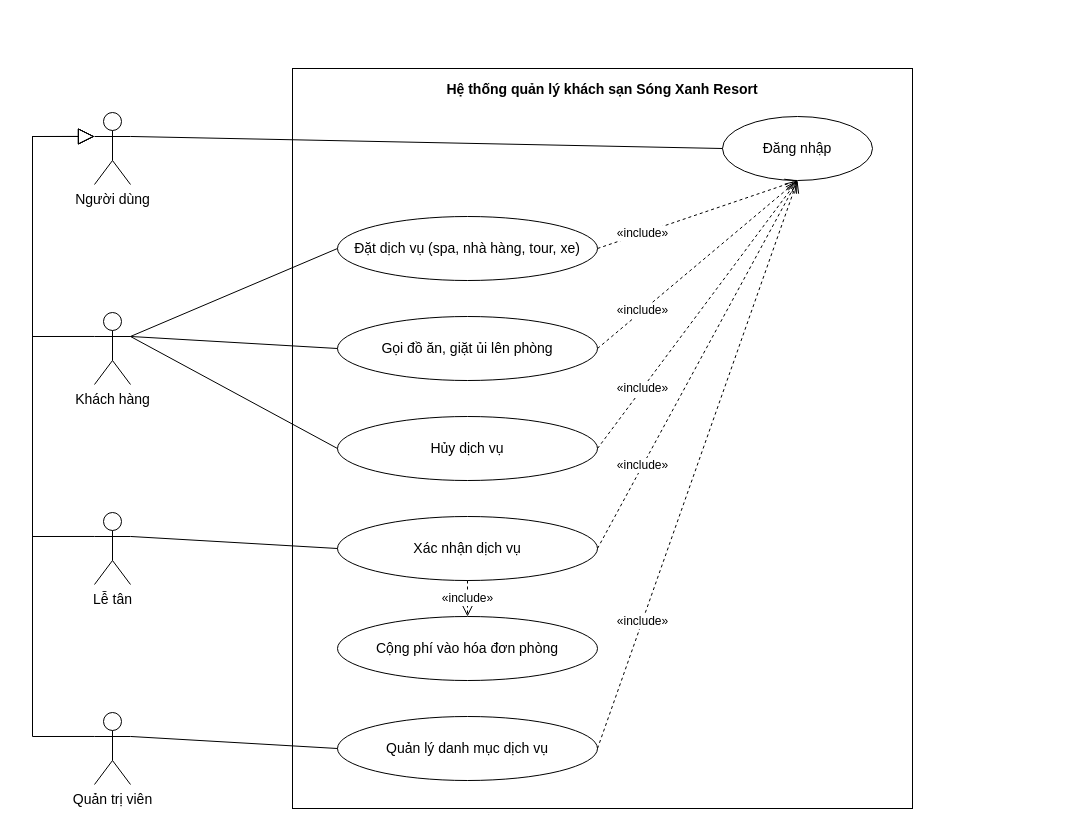
The draw.io diagram docs/use-case/ucn2-dich-vu.drawio in ngynquchn2511/beach-hotel, before the edit. Source tidied: cells renumbered, new cells numbered last; positions are measured from the earlier drawing's top-left corner, leaving out a move shared by most shapes. Both pictures are drawn from the tidied source at 100%, with x=0, y=0 at pixel (32, 68).
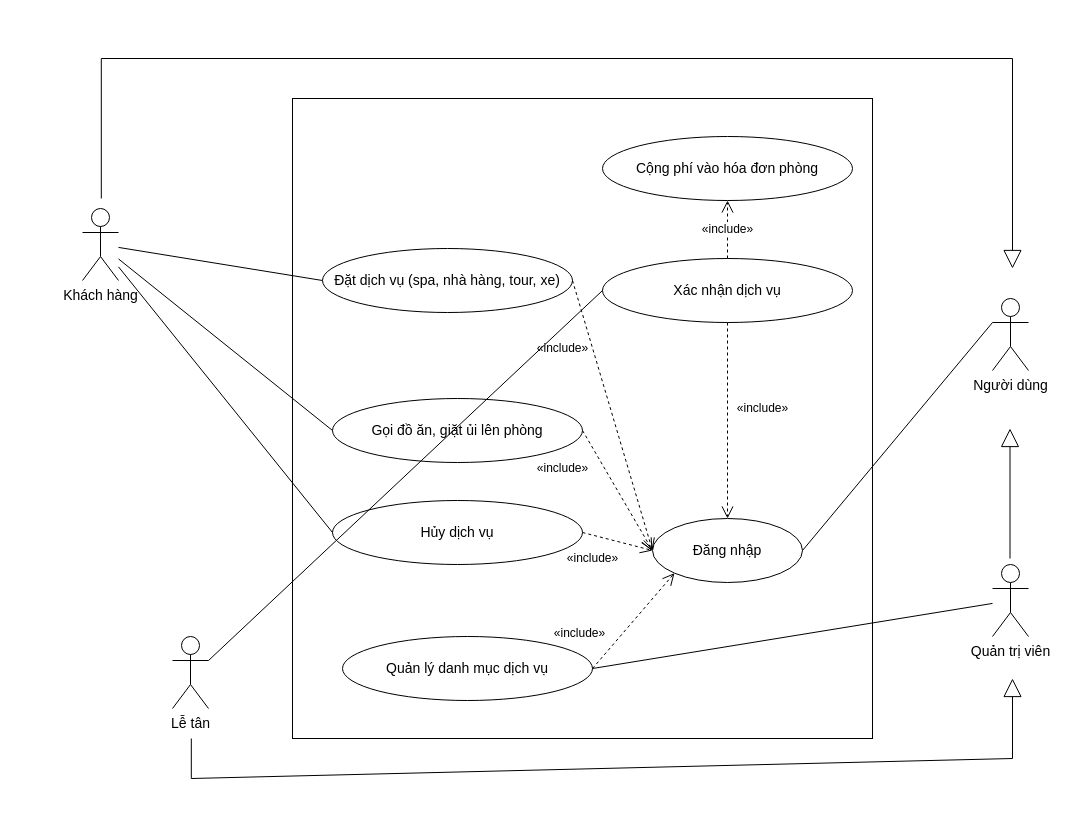
Above is the later version.

Change to the diagram source:
```diff
@@
-    <mxCell id="2" value="Hệ thống quản lý khách sạn Sóng Xanh Resort" style="fontFamily=Arial;fontColor=#000000;rounded=0;whiteSpace=wrap;html=1;verticalAlign=top;fontStyle=1;fontSize=14;fillColor=none;strokeColor=#000000;spacingTop=6;" parent="1" vertex="1">
-      <mxGeometry x="260" width="620" height="740" as="geometry" />
+    <mxCell id="2" style="fontFamily=Arial;fontColor=#000000;rounded=0;whiteSpace=wrap;html=1;verticalAlign=top;fontStyle=1;fontSize=14;fillColor=none;strokeColor=#000000;spacingTop=6;" parent="1" vertex="1">
+      <mxGeometry x="260" y="30" width="580" height="640" as="geometry" />
     </mxCell>
     <mxCell id="3" value="Đặt dịch vụ (spa, nhà hàng, tour, xe)" style="fontFamily=Arial;fontColor=#000000;ellipse;whiteSpace=wrap;html=1;fillColor=#FFFFFF;strokeColor=#000000;fontSize=14;" parent="1" vertex="1">
-      <mxGeometry x="305" y="148" width="260" height="64" as="geometry" />
+      <mxGeometry x="290" y="180" width="250" height="64" as="geometry" />
     </mxCell>
     <mxCell id="4" value="Gọi đồ ăn, giặt ủi lên phòng" style="fontFamily=Arial;fontColor=#000000;ellipse;whiteSpace=wrap;html=1;fillColor=#FFFFFF;strokeColor=#000000;fontSize=14;" parent="1" vertex="1">
-      <mxGeometry x="305" y="248" width="260" height="64" as="geometry" />
+      <mxGeometry x="300" y="330" width="250" height="64" as="geometry" />
     </mxCell>
     <mxCell id="5" value="Hủy dịch vụ" style="fontFamily=Arial;fontColor=#000000;ellipse;whiteSpace=wrap;html=1;fillColor=#FFFFFF;strokeColor=#000000;fontSize=14;" parent="1" vertex="1">
-      <mxGeometry x="305" y="348" width="260" height="64" as="geometry" />
+      <mxGeometry x="300" y="432" width="250" height="64" as="geometry" />
     </mxCell>
     <mxCell id="6" value="Xác nhận dịch vụ" style="fontFamily=Arial;fontColor=#000000;ellipse;whiteSpace=wrap;html=1;fillColor=#FFFFFF;strokeColor=#000000;fontSize=14;" parent="1" vertex="1">
-      <mxGeometry x="305" y="448" width="260" height="64" as="geometry" />
+      <mxGeometry x="570" y="190" width="250" height="64" as="geometry" />
     </mxCell>
     <mxCell id="7" value="Cộng phí vào hóa đơn phòng" style="fontFamily=Arial;fontColor=#000000;ellipse;whiteSpace=wrap;html=1;fillColor=#FFFFFF;strokeColor=#000000;fontSize=14;" parent="1" vertex="1">
-      <mxGeometry x="305" y="548" width="260" height="64" as="geometry" />
+      <mxGeometry x="570" y="68" width="250" height="64" as="geometry" />
     </mxCell>
     <mxCell id="8" value="Quản lý danh mục dịch vụ" style="fontFamily=Arial;fontColor=#000000;ellipse;whiteSpace=wrap;html=1;fillColor=#FFFFFF;strokeColor=#000000;fontSize=14;" parent="1" vertex="1">
-      <mxGeometry x="305" y="648" width="260" height="64" as="geometry" />
+      <mxGeometry x="310" y="568" width="250" height="64" as="geometry" />
     </mxCell>
     <mxCell id="9" value="Đăng nhập" style="fontFamily=Arial;fontColor=#000000;ellipse;whiteSpace=wrap;html=1;fillColor=#FFFFFF;strokeColor=#000000;fontSize=14;" parent="1" vertex="1">
-      <mxGeometry x="690" y="48" width="150" height="64" as="geometry" />
+      <mxGeometry x="620" y="450" width="150" height="64" as="geometry" />
     </mxCell>
-    <mxCell id="10" value="Người dùng" style="fontFamily=Arial;fontColor=#000000;shape=umlActor;verticalLabelPosition=bottom;verticalAlign=top;html=1;outlineConnect=0;fillColor=#FFFFFF;strokeColor=#000000;fontSize=14;" parent="1" vertex="1">
-      <mxGeometry x="62" y="44" width="36" height="72" as="geometry" />
-    </mxCell>
-    <mxCell id="11" style="fontFamily=Arial;fontColor=#000000;endArrow=none;html=1;strokeColor=#000000;rounded=0;exitX=1;exitY=0.333;exitDx=0;exitDy=0;exitPerimeter=0;entryX=0;entryY=0.5;entryDx=0;entryDy=0;entryPerimeter=0;" parent="1" edge="1" source="10" target="9">
-      <mxGeometry relative="1" as="geometry" />
-    </mxCell>
+    <mxCell id="23" value="«include»" style="fontFamily=Arial;fontColor=#000000;endArrow=open;endSize=10;dashed=1;html=1;strokeColor=#000000;rounded=0;fontSize=12;labelBackgroundColor=#FFFFFF;exitX=1;exitY=0.5;exitDx=0;exitDy=0;exitPerimeter=0;entryX=0;entryY=0.5;entryDx=0;entryDy=0;entryPerimeter=0;" parent="1" edge="1" source="3" target="9">
+      <mxGeometry x="-0.56" y="-29" relative="1" as="geometry" />
+    </mxCell>
     <mxCell id="12" value="Khách hàng" style="fontFamily=Arial;fontColor=#000000;shape=umlActor;verticalLabelPosition=bottom;verticalAlign=top;html=1;outlineConnect=0;fillColor=#FFFFFF;strokeColor=#000000;fontSize=14;" parent="1" vertex="1">
-      <mxGeometry x="62" y="244" width="36" height="72" as="geometry" />
+      <mxGeometry x="50" y="140" width="36" height="72" as="geometry" />
     </mxCell>
     <mxCell id="13" value="Lễ tân" style="fontFamily=Arial;fontColor=#000000;shape=umlActor;verticalLabelPosition=bottom;verticalAlign=top;html=1;outlineConnect=0;fillColor=#FFFFFF;strokeColor=#000000;fontSize=14;" parent="1" vertex="1">
-      <mxGeometry x="62" y="444" width="36" height="72" as="geometry" />
+      <mxGeometry x="140" y="568" width="36" height="72" as="geometry" />
     </mxCell>
     <mxCell id="14" value="Quản trị viên" style="fontFamily=Arial;fontColor=#000000;shape=umlActor;verticalLabelPosition=bottom;verticalAlign=top;html=1;outlineConnect=0;fillColor=#FFFFFF;strokeColor=#000000;fontSize=14;" parent="1" vertex="1">
-      <mxGeometry x="62" y="644" width="36" height="72" as="geometry" />
+      <mxGeometry x="960" y="496" width="36" height="72" as="geometry" />
     </mxCell>
-    <mxCell id="15" style="fontFamily=Arial;fontColor=#000000;endArrow=none;html=1;strokeColor=#000000;rounded=0;exitX=1;exitY=0.333;exitDx=0;exitDy=0;exitPerimeter=0;entryX=0;entryY=0.5;entryDx=0;entryDy=0;entryPerimeter=0;" parent="1" edge="1" source="12" target="3">
-      <mxGeometry relative="1" as="geometry" />
-    </mxCell>
-    <mxCell id="16" style="fontFamily=Arial;fontColor=#000000;endArrow=none;html=1;strokeColor=#000000;rounded=0;exitX=1;exitY=0.333;exitDx=0;exitDy=0;exitPerimeter=0;entryX=0;entryY=0.5;entryDx=0;entryDy=0;entryPerimeter=0;" parent="1" edge="1" source="12" target="4">
-      <mxGeometry relative="1" as="geometry" />
-    </mxCell>
-    <mxCell id="17" style="fontFamily=Arial;fontColor=#000000;endArrow=none;html=1;strokeColor=#000000;rounded=0;exitX=1;exitY=0.333;exitDx=0;exitDy=0;exitPerimeter=0;entryX=0;entryY=0.5;entryDx=0;entryDy=0;entryPerimeter=0;" parent="1" edge="1" source="12" target="5">
-      <mxGeometry relative="1" as="geometry" />
-    </mxCell>
-    <mxCell id="18" style="fontFamily=Arial;fontColor=#000000;endArrow=none;html=1;strokeColor=#000000;rounded=0;exitX=1;exitY=0.333;exitDx=0;exitDy=0;exitPerimeter=0;entryX=0;entryY=0.5;entryDx=0;entryDy=0;entryPerimeter=0;" parent="1" edge="1" source="13" target="6">
-      <mxGeometry relative="1" as="geometry" />
-    </mxCell>
-    <mxCell id="19" style="fontFamily=Arial;fontColor=#000000;endArrow=none;html=1;strokeColor=#000000;rounded=0;exitX=1;exitY=0.333;exitDx=0;exitDy=0;exitPerimeter=0;entryX=0;entryY=0.5;entryDx=0;entryDy=0;entryPerimeter=0;" parent="1" edge="1" source="14" target="8">
+    <mxCell id="19" style="fontFamily=Arial;fontColor=#000000;endArrow=none;html=1;strokeColor=#000000;rounded=0;entryX=0;entryY=0.5;entryDx=0;entryDy=0;" parent="1" edge="1" source="12" target="3">
       <mxGeometry relative="1" as="geometry" />
     </mxCell>
-    <mxCell id="20" style="fontFamily=Arial;fontColor=#000000;endArrow=block;endSize=14;endFill=0;html=1;strokeColor=#000000;rounded=0;exitX=0;exitY=0.333;exitDx=0;exitDy=0;exitPerimeter=0;entryX=0;entryY=0.333;entryDx=0;entryDy=0;entryPerimeter=0;" parent="1" edge="1" source="12" target="10">
-      <mxGeometry relative="1" as="geometry">
-        <Array as="points">
-          <mxPoint y="268" />
-          <mxPoint y="68" />
-        </Array>
-      </mxGeometry>
+    <mxCell id="20" style="fontFamily=Arial;fontColor=#000000;endArrow=none;html=1;strokeColor=#000000;rounded=0;entryX=0;entryY=0.5;entryDx=0;entryDy=0;" parent="1" edge="1" source="12" target="4">
+      <mxGeometry relative="1" as="geometry" />
     </mxCell>
-    <mxCell id="21" style="fontFamily=Arial;fontColor=#000000;endArrow=block;endSize=14;endFill=0;html=1;strokeColor=#000000;rounded=0;exitX=0;exitY=0.333;exitDx=0;exitDy=0;exitPerimeter=0;entryX=0;entryY=0.333;entryDx=0;entryDy=0;entryPerimeter=0;" parent="1" edge="1" source="13" target="10">
-      <mxGeometry relative="1" as="geometry">
-        <Array as="points">
-          <mxPoint y="468" />
-          <mxPoint y="68" />
-        </Array>
-      </mxGeometry>
+    <mxCell id="21" style="fontFamily=Arial;fontColor=#000000;endArrow=none;html=1;strokeColor=#000000;rounded=0;entryX=0;entryY=0.5;entryDx=0;entryDy=0;" parent="1" edge="1" source="12" target="5">
+      <mxGeometry relative="1" as="geometry" />
     </mxCell>
-    <mxCell id="22" style="fontFamily=Arial;fontColor=#000000;endArrow=block;endSize=14;endFill=0;html=1;strokeColor=#000000;rounded=0;exitX=0;exitY=0.333;exitDx=0;exitDy=0;exitPerimeter=0;entryX=0;entryY=0.333;entryDx=0;entryDy=0;entryPerimeter=0;" parent="1" edge="1" source="14" target="10">
-      <mxGeometry relative="1" as="geometry">
-        <Array as="points">
-          <mxPoint y="668" />
-          <mxPoint y="68" />
-        </Array>
-      </mxGeometry>
-    </mxCell>
-    <mxCell id="23" value="«include»" style="fontFamily=Arial;fontColor=#000000;endArrow=open;endSize=10;dashed=1;html=1;strokeColor=#000000;rounded=0;fontSize=12;labelBackgroundColor=#FFFFFF;exitX=1;exitY=0.5;exitDx=0;exitDy=0;exitPerimeter=0;entryX=0.5;entryY=1;entryDx=0;entryDy=0;entryPerimeter=0;" parent="1" edge="1" source="3" target="9">
-      <mxGeometry x="-0.55" relative="1" as="geometry" />
-    </mxCell>
-    <mxCell id="24" value="«include»" style="fontFamily=Arial;fontColor=#000000;endArrow=open;endSize=10;dashed=1;html=1;strokeColor=#000000;rounded=0;fontSize=12;labelBackgroundColor=#FFFFFF;exitX=1;exitY=0.5;exitDx=0;exitDy=0;exitPerimeter=0;entryX=0.5;entryY=1;entryDx=0;entryDy=0;entryPerimeter=0;" parent="1" edge="1" source="4" target="9">
-      <mxGeometry x="-0.55" relative="1" as="geometry" />
-    </mxCell>
-    <mxCell id="25" value="«include»" style="fontFamily=Arial;fontColor=#000000;endArrow=open;endSize=10;dashed=1;html=1;strokeColor=#000000;rounded=0;fontSize=12;labelBackgroundColor=#FFFFFF;exitX=1;exitY=0.5;exitDx=0;exitDy=0;exitPerimeter=0;entryX=0.5;entryY=1;entryDx=0;entryDy=0;entryPerimeter=0;" parent="1" edge="1" source="5" target="9">
-      <mxGeometry x="-0.55" relative="1" as="geometry" />
+    <mxCell id="25" style="fontFamily=Arial;fontColor=#000000;endArrow=none;html=1;strokeColor=#000000;rounded=0;entryX=1;entryY=0.5;entryDx=0;entryDy=0;" parent="1" edge="1" source="14" target="8">
+      <mxGeometry relative="1" as="geometry" />
     </mxCell>
-    <mxCell id="26" value="«include»" style="fontFamily=Arial;fontColor=#000000;endArrow=open;endSize=10;dashed=1;html=1;strokeColor=#000000;rounded=0;fontSize=12;labelBackgroundColor=#FFFFFF;exitX=1;exitY=0.5;exitDx=0;exitDy=0;exitPerimeter=0;entryX=0.5;entryY=1;entryDx=0;entryDy=0;entryPerimeter=0;" parent="1" edge="1" source="6" target="9">
-      <mxGeometry x="-0.55" relative="1" as="geometry" />
+    <mxCell id="26" value="«include»" style="fontFamily=Arial;fontColor=#000000;endArrow=open;endSize=10;dashed=1;html=1;strokeColor=#000000;rounded=0;fontSize=12;labelBackgroundColor=#FFFFFF;exitX=0.5;exitY=0;exitDx=0;exitDy=0;entryX=0.5;entryY=1;entryDx=0;entryDy=0;" parent="1" edge="1" source="6" target="7">
+      <mxGeometry relative="1" as="geometry" />
     </mxCell>
+    <mxCell id="10" value="Người dùng" style="fontFamily=Arial;fontColor=#000000;shape=umlActor;verticalLabelPosition=bottom;verticalAlign=top;html=1;outlineConnect=0;fillColor=#FFFFFF;strokeColor=#000000;fontSize=14;" parent="1" vertex="1">
+      <mxGeometry x="960" y="230" width="36" height="72" as="geometry" />
+    </mxCell>
+    <mxCell id="29" style="endArrow=block;endSize=16;endFill=0;html=1;rounded=0;" parent="1" edge="1">
+      <mxGeometry relative="1" as="geometry">
+        <mxPoint x="977.5" y="490" as="sourcePoint" />
+        <mxPoint x="977.5" y="360" as="targetPoint" />
+      </mxGeometry>
+    </mxCell>
+    <mxCell id="30" style="fontFamily=Arial;fontColor=#000000;endArrow=none;html=1;strokeColor=#000000;rounded=0;entryX=0;entryY=0.3333333333333333;entryDx=0;entryDy=0;entryPerimeter=0;exitX=1;exitY=0.5;exitDx=0;exitDy=0;" parent="1" edge="1" source="9" target="10">
+      <mxGeometry relative="1" as="geometry" />
+    </mxCell>
+    <mxCell id="24" value="«include»" style="fontFamily=Arial;fontColor=#000000;endArrow=open;endSize=10;dashed=1;html=1;strokeColor=#000000;rounded=0;fontSize=12;labelBackgroundColor=#FFFFFF;exitX=1;exitY=0.5;exitDx=0;exitDy=0;entryX=0;entryY=0.5;entryDx=0;entryDy=0;" parent="1" edge="1" source="4" target="9">
+      <mxGeometry x="-0.67" y="-36" relative="1" as="geometry" />
+    </mxCell>
+    <mxCell id="31" value="«include»" style="fontFamily=Arial;fontColor=#000000;endArrow=open;endSize=10;dashed=1;html=1;strokeColor=#000000;rounded=0;fontSize=12;labelBackgroundColor=#FFFFFF;exitX=1;exitY=0.5;exitDx=0;exitDy=0;entryX=0;entryY=0.5;entryDx=0;entryDy=0;" parent="1" edge="1" source="5" target="9">
+      <mxGeometry x="-0.55" y="-23" relative="1" as="geometry" />
+    </mxCell>
+    <mxCell id="32" value="«include»" style="fontFamily=Arial;fontColor=#000000;endArrow=open;endSize=10;dashed=1;html=1;strokeColor=#000000;rounded=0;fontSize=12;labelBackgroundColor=#FFFFFF;exitX=0.5;exitY=1;exitDx=0;exitDy=0;" parent="1" edge="1" source="6" target="9">
+      <mxGeometry x="-0.12" y="35" relative="1" as="geometry" />
+    </mxCell>
-    <mxCell id="27" value="«include»" style="fontFamily=Arial;fontColor=#000000;endArrow=open;endSize=10;dashed=1;html=1;strokeColor=#000000;rounded=0;fontSize=12;labelBackgroundColor=#FFFFFF;exitX=1;exitY=0.5;exitDx=0;exitDy=0;exitPerimeter=0;entryX=0.5;entryY=1;entryDx=0;entryDy=0;entryPerimeter=0;" parent="1" edge="1" source="8" target="9">
-      <mxGeometry x="-0.55" relative="1" as="geometry" />
+    <mxCell id="27" value="«include»" style="fontFamily=Arial;fontColor=#000000;endArrow=open;endSize=10;dashed=1;html=1;strokeColor=#000000;rounded=0;fontSize=12;labelBackgroundColor=#FFFFFF;exitX=1;exitY=0.5;exitDx=0;exitDy=0;entryX=0;entryY=1;entryDx=0;entryDy=0;" parent="1" edge="1" source="8" target="9">
+      <mxGeometry x="-0.71" y="33" relative="1" as="geometry" />
     </mxCell>
-    <mxCell id="28" value="«include»" style="fontFamily=Arial;fontColor=#000000;endArrow=open;endSize=10;dashed=1;html=1;strokeColor=#000000;rounded=0;fontSize=12;labelBackgroundColor=#FFFFFF;exitX=0.5;exitY=1;exitDx=0;exitDy=0;exitPerimeter=0;entryX=0.5;entryY=0;entryDx=0;entryDy=0;entryPerimeter=0;" parent="1" edge="1" source="6" target="7">
-      <mxGeometry relative="1" as="geometry" />
-    </mxCell>
+    <mxCell id="33" value="&amp;nbsp;" style="endArrow=block;endSize=16;endFill=0;html=1;rounded=0;" parent="1" edge="1">
+      <mxGeometry x="-0.05" y="35" relative="1" as="geometry">
+        <mxPoint x="68.8" y="130" as="sourcePoint" />
+        <mxPoint x="980" y="200" as="targetPoint" />
+        <Array as="points">
+          <mxPoint x="68.8" y="-10" />
+          <mxPoint x="980" y="-10" />
+        </Array>
+      </mxGeometry>
+    </mxCell>
+    <mxCell id="34" style="endArrow=block;endSize=16;endFill=0;html=1;rounded=0;" parent="1" edge="1">
+      <mxGeometry relative="1" as="geometry">
+        <mxPoint x="158.8" y="670" as="sourcePoint" />
+        <mxPoint x="980" y="610" as="targetPoint" />
+        <Array as="points">
+          <mxPoint x="158.8" y="710" />
+          <mxPoint x="980" y="690" />
+        </Array>
+      </mxGeometry>
+    </mxCell>
+    <mxCell id="18" style="fontFamily=Arial;fontColor=#000000;endArrow=none;html=1;strokeColor=#000000;rounded=0;entryX=0;entryY=0.5;entryDx=0;entryDy=0;exitX=1;exitY=0.3333333333333333;exitDx=0;exitDy=0;exitPerimeter=0;" parent="1" edge="1" source="13" target="6">
+      <mxGeometry relative="1" as="geometry" />
+    </mxCell>
```
